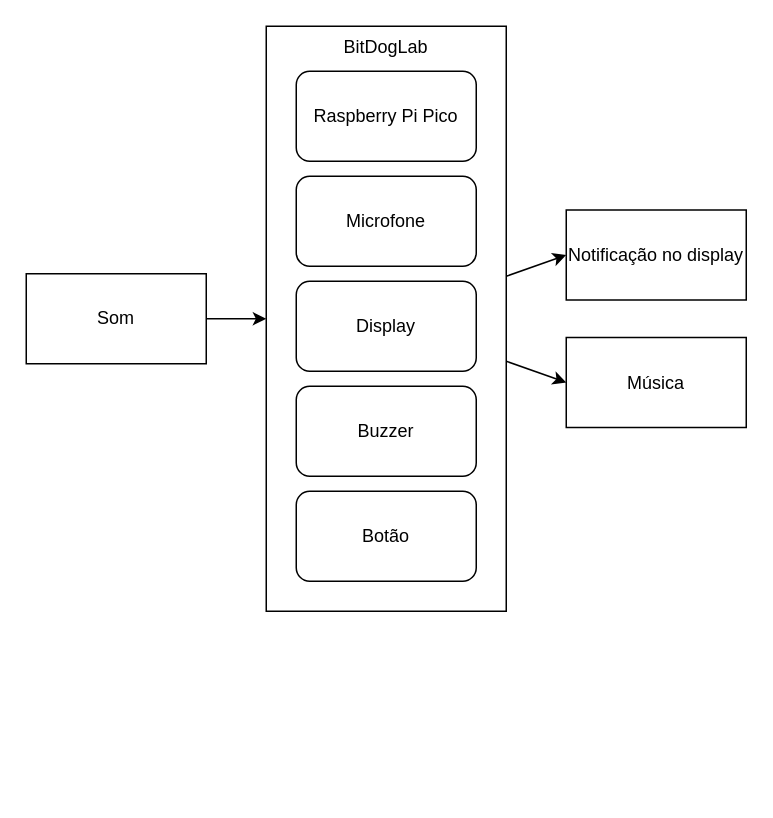
gabryellejs/EA801_Baby_Cry keeps this draw.io diagram as diagrams/app_components.drawio. Above is the earlier version. Source tidied: cells renumbered, new cells numbered last; positions are measured from the earlier drawing's top-left corner, leaving out a move shared by most shapes. Both pictures are drawn from the tidied source at 150%, with x=0, y=0 at pixel (26, 26).
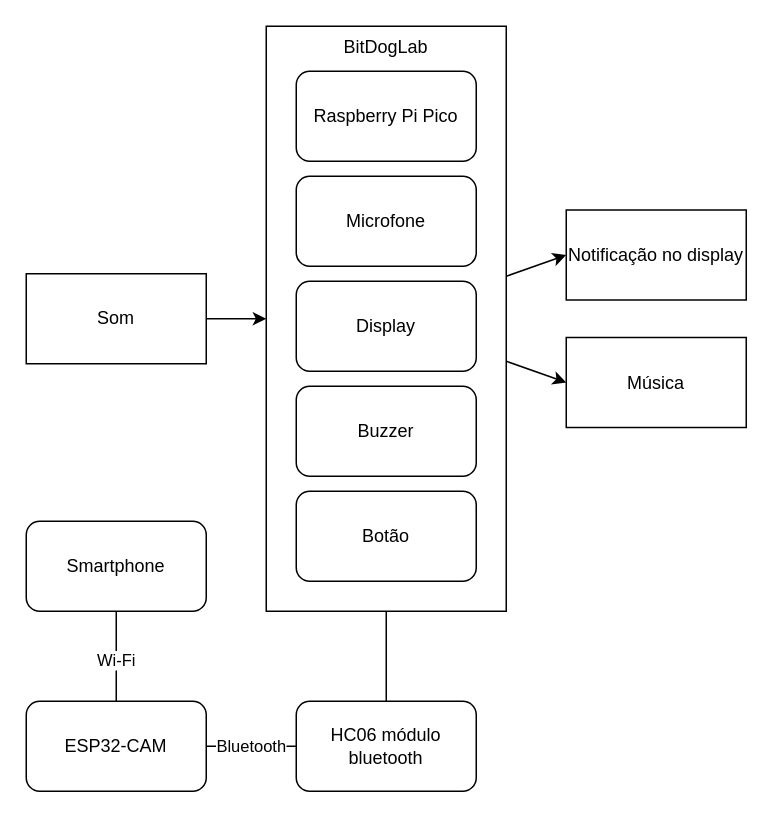
The same diagram, later.

Unchanged cells that the change refers to:
```xml
<mxCell id="4" value="BitDogLab" style="rounded=0;whiteSpace=wrap;html=1;verticalAlign=top;" parent="1" vertex="1">
  <mxGeometry x="160" width="160" height="390" as="geometry" />
</mxCell>
```

Change to the diagram source:
```diff
@@
+    <mxCell id="14" style="edgeStyle=none;html=1;entryX=0.5;entryY=1;entryDx=0;entryDy=0;endArrow=none;endFill=0;" parent="1" edge="1" source="15" target="4">
+      <mxGeometry relative="1" as="geometry" />
+    </mxCell>
+    <mxCell id="15" value="HC06 módulo bluetooth" style="rounded=1;whiteSpace=wrap;html=1;" parent="1" vertex="1">
+      <mxGeometry x="180" y="450" width="120" height="60" as="geometry" />
+    </mxCell>
+    <mxCell id="16" style="edgeStyle=none;html=1;entryX=0;entryY=0.5;entryDx=0;entryDy=0;endArrow=none;endFill=0;" parent="1" edge="1" source="18" target="15">
+      <mxGeometry relative="1" as="geometry" />
+    </mxCell>
+    <mxCell id="17" value="Bluetooth" style="edgeLabel;html=1;align=center;verticalAlign=middle;" parent="16" vertex="1">
+      <mxGeometry x="-0.05" y="1" relative="1" as="geometry" />
+    </mxCell>
+    <mxCell id="18" value="ESP32-CAM" style="rounded=1;whiteSpace=wrap;html=1;" parent="1" vertex="1">
+      <mxGeometry y="450" width="120" height="60" as="geometry" />
+    </mxCell>
+    <mxCell id="19" style="edgeStyle=none;html=1;entryX=0.5;entryY=0;entryDx=0;entryDy=0;endArrow=none;endFill=0;" parent="1" edge="1" source="21" target="18">
+      <mxGeometry relative="1" as="geometry" />
+    </mxCell>
+    <mxCell id="20" value="Wi-Fi" style="edgeLabel;html=1;align=center;verticalAlign=middle;" parent="19" vertex="1">
+      <mxGeometry x="0.05" y="-1" relative="1" as="geometry" />
+    </mxCell>
+    <mxCell id="21" value="Smartphone" style="rounded=1;whiteSpace=wrap;html=1;" parent="1" vertex="1">
+      <mxGeometry y="330" width="120" height="60" as="geometry" />
+    </mxCell>
```
